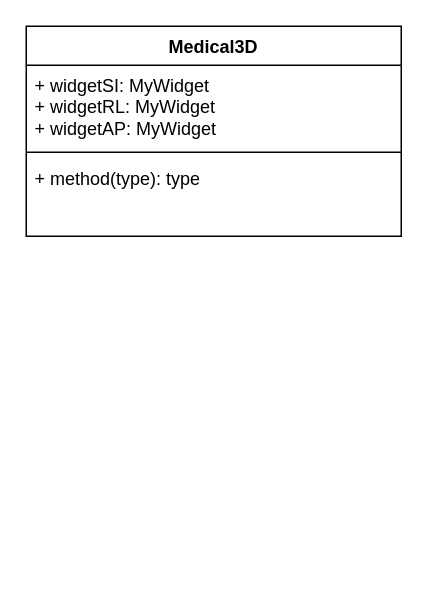
Earlier version of the draw.io diagram medical3D_jiaogou.drawio (Dong-J93/_pictures). Source tidied: cells renumbered, new cells numbered last; positions are measured from the earlier drawing's top-left corner, leaving out a move shared by most shapes. Both pictures are drawn from the tidied source at 150%, with x=0, y=0 at pixel (26, 26).
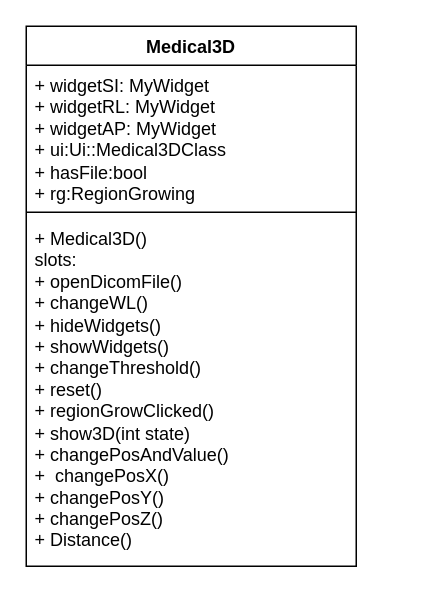
The same page after the edit.

What changed in the source:
```diff
@@
 <mxGraphModel>
   <root>
     <mxCell id="0" />
     <mxCell id="1" parent="0" />
     <mxCell id="2" value="Medical3D" style="swimlane;fontStyle=1;align=center;verticalAlign=top;horizontal=1;startSize=26;whiteSpace=wrap;html=1;" parent="1" vertex="1">
-      <mxGeometry width="250" height="140" as="geometry" />
+      <mxGeometry width="220" height="360" as="geometry" />
     </mxCell>
-    <mxCell id="3" value="+ widgetSI: MyWidget&lt;br&gt;+ widgetRL: MyWidget&lt;br&gt;+ widgetAP: MyWidget" style="text;strokeColor=none;fillColor=none;align=left;verticalAlign=top;spacingLeft=4;spacingRight=4;overflow=hidden;whiteSpace=wrap;html=1;" parent="2" vertex="1">
-      <mxGeometry y="26" width="250" height="54" as="geometry" />
+    <mxCell id="3" value="+ widgetSI: MyWidget&lt;br&gt;+ widgetRL: MyWidget&lt;br&gt;+ widgetAP: MyWidget&lt;br&gt;+ ui:Ui::Medical3DClass&lt;br&gt;+ hasFile:bool&lt;br&gt;+ rg:RegionGrowing" style="text;strokeColor=none;fillColor=none;align=left;verticalAlign=top;spacingLeft=4;spacingRight=4;overflow=hidden;whiteSpace=wrap;html=1;" parent="2" vertex="1">
+      <mxGeometry y="26" width="220" height="94" as="geometry" />
     </mxCell>
     <mxCell id="4" style="line;strokeWidth=1;fillColor=none;align=left;verticalAlign=middle;spacingTop=-1;spacingLeft=3;spacingRight=3;labelPosition=right;strokeColor=inherit;" parent="2" vertex="1">
-      <mxGeometry y="80" width="250" height="8" as="geometry" />
+      <mxGeometry y="120" width="220" height="8" as="geometry" />
     </mxCell>
-    <mxCell id="5" value="+ method(type): type" style="text;strokeColor=none;fillColor=none;align=left;verticalAlign=top;spacingLeft=4;spacingRight=4;overflow=hidden;whiteSpace=wrap;html=1;" parent="2" vertex="1">
-      <mxGeometry y="88" width="250" height="52" as="geometry" />
+    <mxCell id="5" value="&lt;span style=&quot;background-color: initial;&quot;&gt;+ Medical3D()&lt;/span&gt;&lt;br&gt;&lt;div&gt;slots:&lt;/div&gt;&lt;div&gt;&lt;span style=&quot;background-color: initial;&quot;&gt;+ openDicomFile()&lt;/span&gt;&lt;br&gt;&lt;/div&gt;&lt;div&gt;+ changeWL()&lt;span style=&quot;&quot;&gt;&lt;/span&gt;&lt;/div&gt;&lt;div&gt;+ hideWidgets()&lt;/div&gt;&lt;div&gt;+ showWidgets()&lt;/div&gt;&lt;div&gt;+ changeThreshold()&lt;/div&gt;&lt;div&gt;+ reset()&lt;/div&gt;&lt;div&gt;+ regionGrowClicked()&lt;/div&gt;&lt;div&gt;+ show3D(int state)&lt;/div&gt;&lt;div&gt;+ changePosAndValue()&lt;/div&gt;&lt;div&gt;+&amp;nbsp; changePosX()&lt;/div&gt;&lt;div&gt;+ changePosY()&lt;/div&gt;&lt;div&gt;+ changePosZ()&lt;/div&gt;&lt;div&gt;+ Distance()&lt;br&gt;&lt;/div&gt;" style="text;strokeColor=none;fillColor=none;align=left;verticalAlign=top;spacingLeft=4;spacingRight=4;overflow=hidden;whiteSpace=wrap;html=1;" parent="2" vertex="1">
+      <mxGeometry y="128" width="220" height="232" as="geometry" />
     </mxCell>
   </root>
 </mxGraphModel>
```
